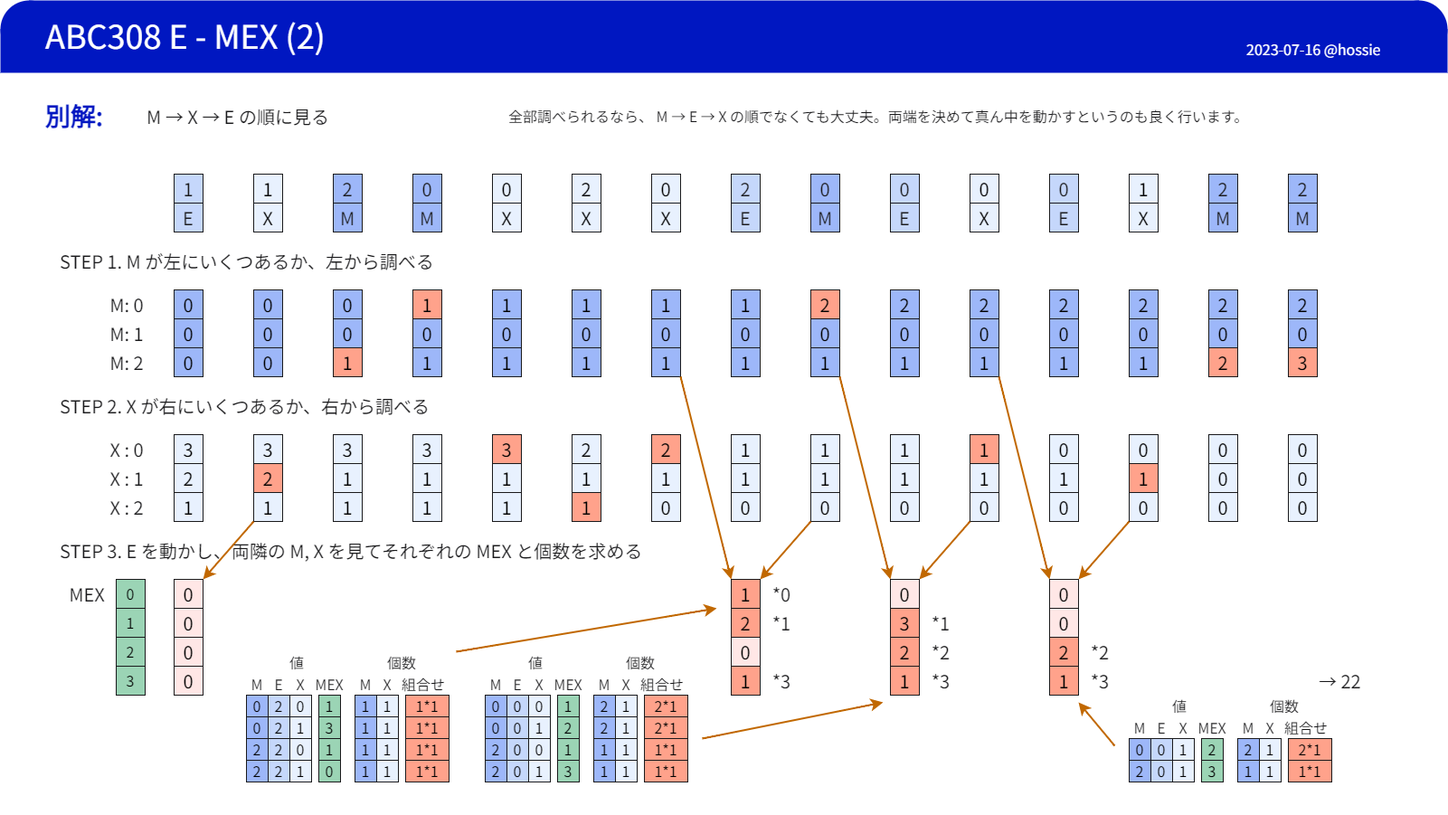
This is abc/abc308-e-2.drawio.png from hossy3/atcoder-solution-slides, a draw.io export, as it was before one commit. Source tidied: cells renumbered, new cells last; positions are measured from the earlier drawing's top-left corner, leaving out a move shared by most shapes.
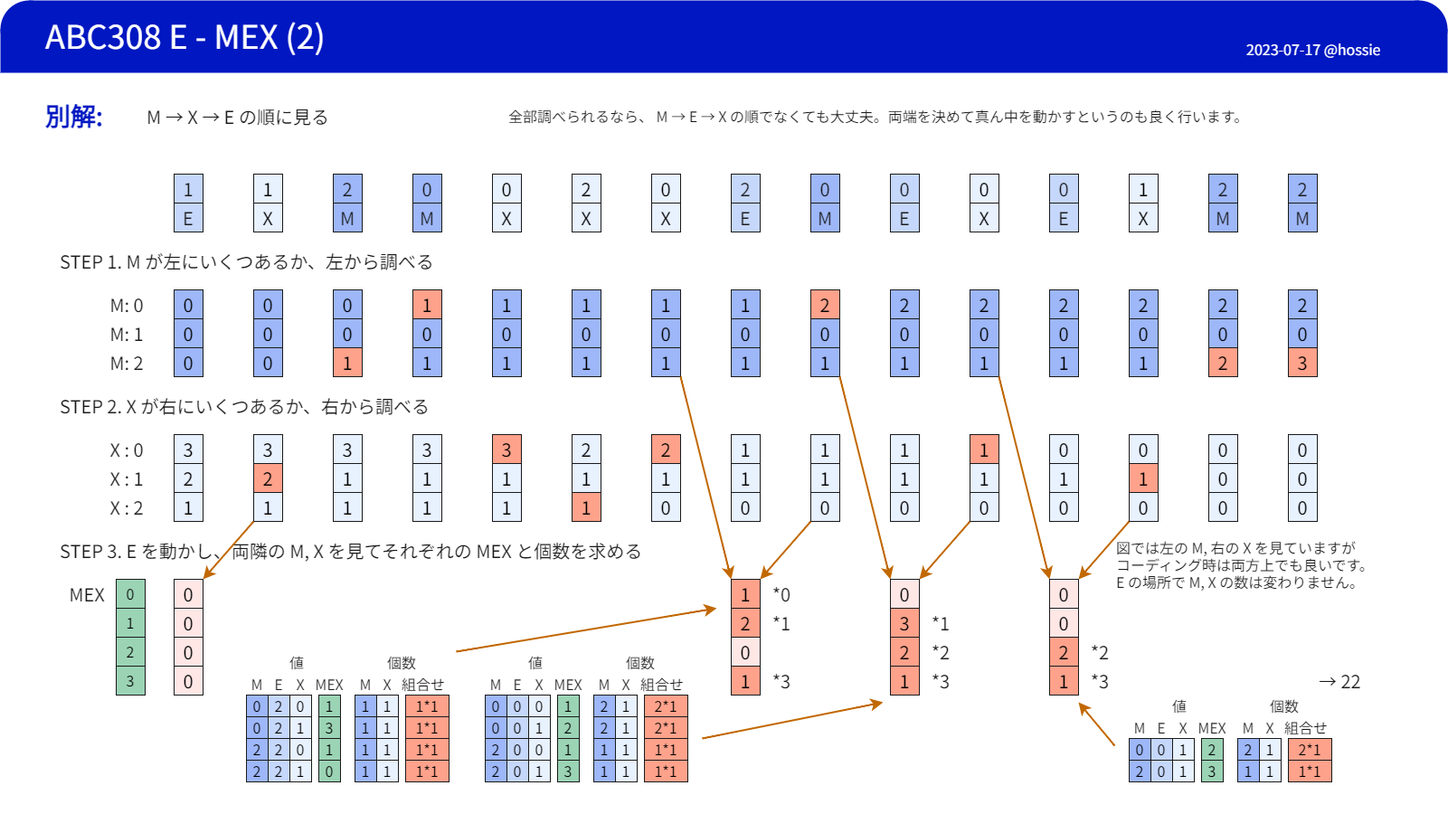
The same diagram one commit later.

What changed in the source:
```diff
@@ -31,7 +31,7 @@
     <mxCell id="12" value="&lt;font face=&quot;Noto Sans JP&quot; color=&quot;#ffffff&quot; style=&quot;font-size: 36px;&quot;&gt;ABC308&amp;nbsp;E - MEX (2)&lt;/font&gt;" style="text;html=1;strokeColor=none;fillColor=none;align=left;verticalAlign=middle;whiteSpace=wrap;rounded=0;fontSize=36;" parent="11" vertex="1">
       <mxGeometry x="48" y="24" width="544" height="32" as="geometry" />
     </mxCell>
-    <mxCell id="13" value="&lt;font style=&quot;font-size: 16px;&quot;&gt;&lt;font style=&quot;font-size: 16px;&quot; face=&quot;Noto Sans JP&quot; color=&quot;#ffffff&quot;&gt;2023-07-16 @hossi&lt;/font&gt;&lt;font style=&quot;font-size: 16px;&quot; face=&quot;Noto Sans JP&quot; color=&quot;#ffffff&quot;&gt;e&lt;/font&gt;&lt;/font&gt;" style="text;html=1;strokeColor=none;fillColor=none;align=left;verticalAlign=middle;whiteSpace=wrap;rounded=0;fontSize=36;" parent="11" vertex="1">
+    <mxCell id="13" value="&lt;font style=&quot;font-size: 16px;&quot;&gt;&lt;font style=&quot;font-size: 16px;&quot; face=&quot;Noto Sans JP&quot; color=&quot;#ffffff&quot;&gt;2023-07-17 @hossi&lt;/font&gt;&lt;font style=&quot;font-size: 16px;&quot; face=&quot;Noto Sans JP&quot; color=&quot;#ffffff&quot;&gt;e&lt;/font&gt;&lt;/font&gt;" style="text;html=1;strokeColor=none;fillColor=none;align=left;verticalAlign=middle;whiteSpace=wrap;rounded=0;fontSize=36;" parent="11" vertex="1">
       <mxGeometry x="1376" y="32" width="192" height="32" as="geometry" />
     </mxCell>
     <mxCell id="14" value="Body" parent="0" />
@@ -851,5 +851,8 @@
         <mxPoint x="792" y="672" as="targetPoint" />
       </mxGeometry>
     </mxCell>
+    <mxCell id="284" value="図では左の M, 右の X を見ていますが&amp;nbsp;&lt;br&gt;コーディング時は両方上でも良いです。&lt;br&gt;E の場所で M, X の数は変わりません。" style="rounded=0;whiteSpace=wrap;html=1;labelBackgroundColor=none;strokeColor=none;fontFamily=Noto Sans JP;fontSource=https%3A%2F%2Ffonts.googleapis.com%2Fcss%3Ffamily%3DNoto%2BSans%2BJP;fontSize=16;fontColor=#1A1A1C;fillColor=none;verticalAlign=middle;horizontal=1;align=left;" parent="14" vertex="1">
+      <mxGeometry x="1232" y="592" width="304" height="64" as="geometry" />
+    </mxCell>
   </root>
 </mxGraphModel>
```
